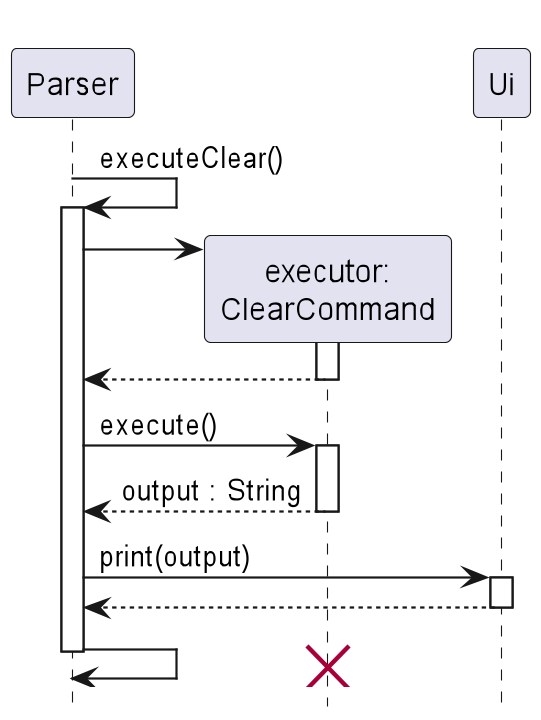
The PlantUML diagram docs/imgs/clearSequence.png in nus-cs2113-AY2223S1/tp, before a commit. Its source is kept beside it as docs/UML Diagrams/clearSequence.puml.
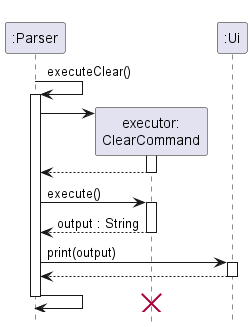
After the change.

Change to the diagram source:
```diff
@@ -3,33 +3,33 @@
 
 hide footbox
 
-participant Parser
+participant ":Parser"
 
-Parser -> Parser : executeClear()
-activate Parser
+":Parser" -> ":Parser" : executeClear()
+activate ":Parser"
 
 create "executor:\nClearCommand"
-Parser -> "executor:\nClearCommand"
+":Parser" -> "executor:\nClearCommand"
 
 activate "executor:\nClearCommand"
-"executor:\nClearCommand" --> Parser
+"executor:\nClearCommand" --> ":Parser"
 deactivate "executor:\nClearCommand"
 
-Parser -> "executor:\nClearCommand" : execute()
+":Parser" -> "executor:\nClearCommand" : execute()
 activate "executor:\nClearCommand"
-"executor:\nClearCommand" --> Parser: output : String
+"executor:\nClearCommand" --> ":Parser": output : String
 deactivate "executor:\nClearCommand"
 
-participant Ui
+participant ":Ui"
 
-Parser -> Ui : print(output)
-activate Ui
-Ui --> Parser
-deactivate Ui
+":Parser" -> ":Ui" : print(output)
+activate ":Ui"
+":Ui" --> ":Parser"
+deactivate ":Ui"
 
-Parser -> Parser
+":Parser" -> ":Parser"
 destroy "executor:\nClearCommand"
-deactivate Parser
+deactivate ":Parser"
 
 
 @enduml
```
